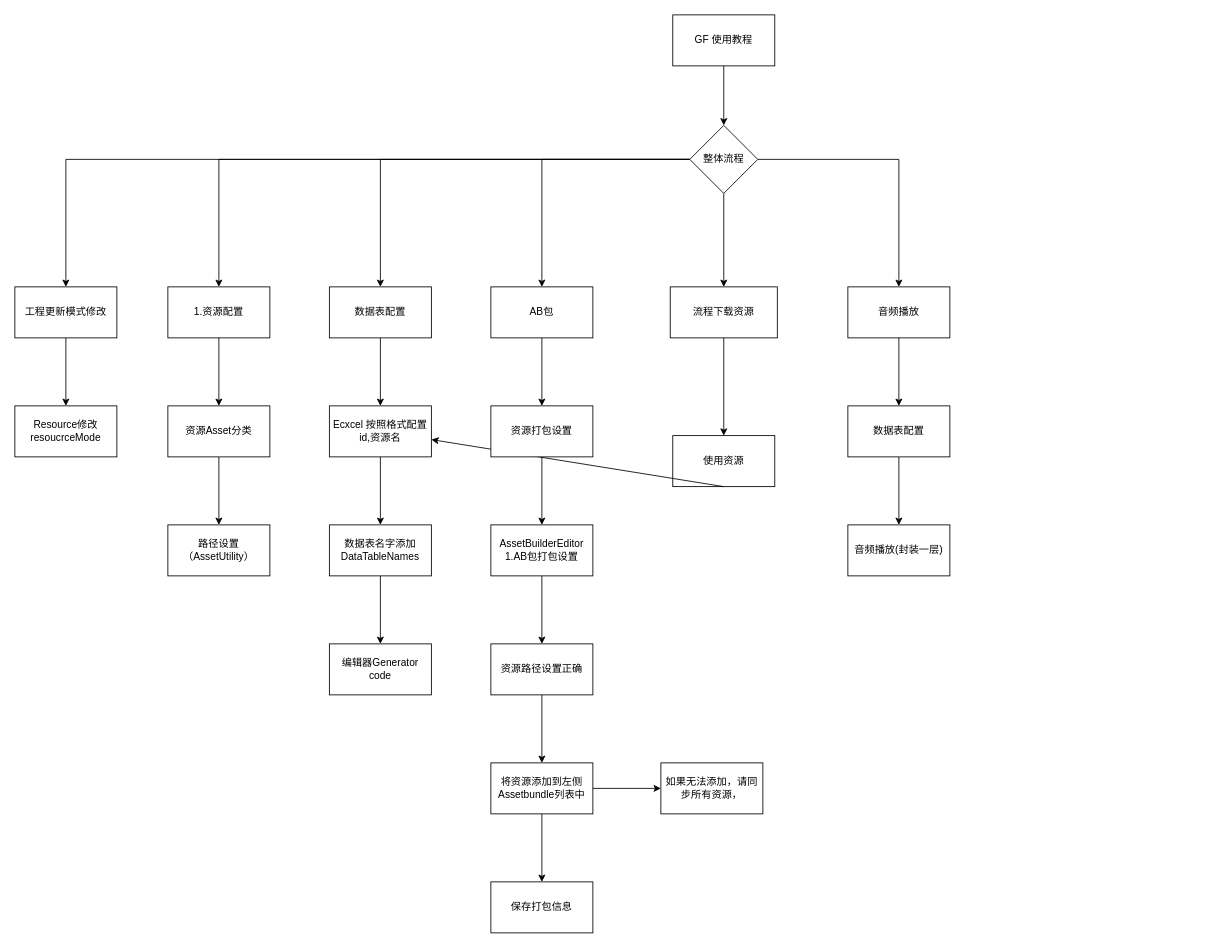
Before: GameFramework/GF 使用.drawio in xzp3094997376/DrawIO, a draw.io diagram. Source tidied: cells renumbered, new cells numbered last; positions are measured from the earlier drawing's top-left corner, leaving out a move shared by most shapes. Both pictures are drawn from the tidied source at 85%, with x=0, y=0 at pixel (14, 14).
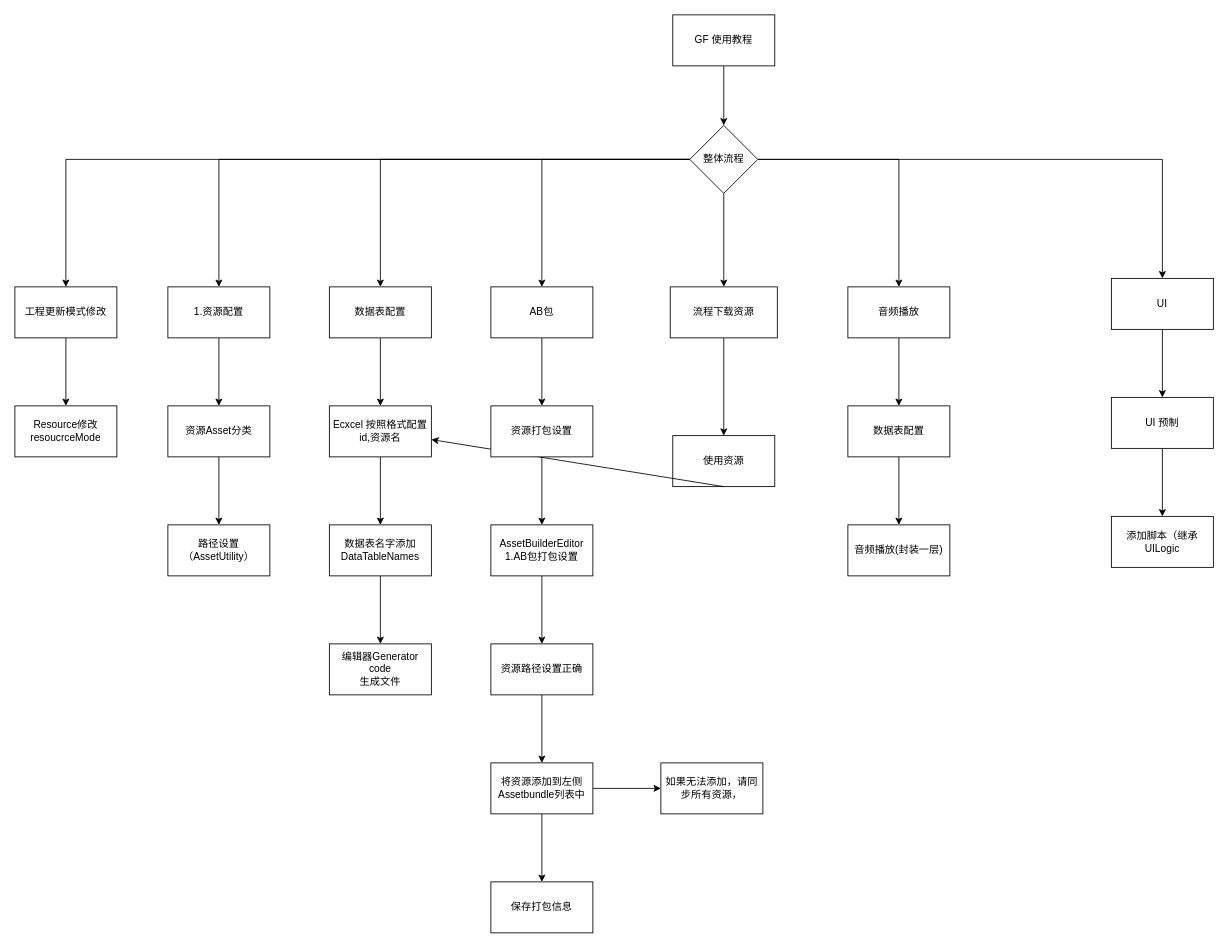
Above is the later version.

Unchanged cells that the change refers to:
```xml
<mxCell id="10" value="整体流程&lt;br&gt;" style="rhombus;whiteSpace=wrap;html=1;" parent="1" vertex="1">
  <mxGeometry x="794" y="130" width="80" height="80" as="geometry" />
</mxCell>
```

What changed in the source:
```diff
@@
+    <mxCell id="48" style="edgeStyle=orthogonalEdgeStyle;rounded=0;jettySize=auto;html=1;" parent="1" edge="1" source="10" target="50">
+      <mxGeometry relative="1" as="geometry" />
+    </mxCell>
@@
-    <mxCell id="34" value="编辑器Generator code" style="whiteSpace=wrap;html=1;" parent="1" vertex="1">
+    <mxCell id="34" value="编辑器Generator code&lt;br&gt;生成文件" style="whiteSpace=wrap;html=1;" parent="1" vertex="1">
       <mxGeometry x="370" y="740" width="120" height="60" as="geometry" />
     </mxCell>
@@
+    <mxCell id="49" style="edgeStyle=orthogonalEdgeStyle;rounded=0;jettySize=auto;html=1;" parent="1" edge="1" source="50" target="52">
+      <mxGeometry relative="1" as="geometry" />
+    </mxCell>
+    <mxCell id="50" value="UI" style="whiteSpace=wrap;html=1;" parent="1" vertex="1">
+      <mxGeometry x="1290" y="310" width="120" height="60" as="geometry" />
+    </mxCell>
+    <mxCell id="51" style="edgeStyle=orthogonalEdgeStyle;rounded=0;jettySize=auto;html=1;" parent="1" edge="1" source="52" target="53">
+      <mxGeometry relative="1" as="geometry" />
+    </mxCell>
+    <mxCell id="52" value="UI 预制" style="whiteSpace=wrap;html=1;" parent="1" vertex="1">
+      <mxGeometry x="1290" y="450" width="120" height="60" as="geometry" />
+    </mxCell>
+    <mxCell id="53" value="添加脚本（继承UILogic" style="whiteSpace=wrap;html=1;" parent="1" vertex="1">
+      <mxGeometry x="1290" y="590" width="120" height="60" as="geometry" />
+    </mxCell>
```
